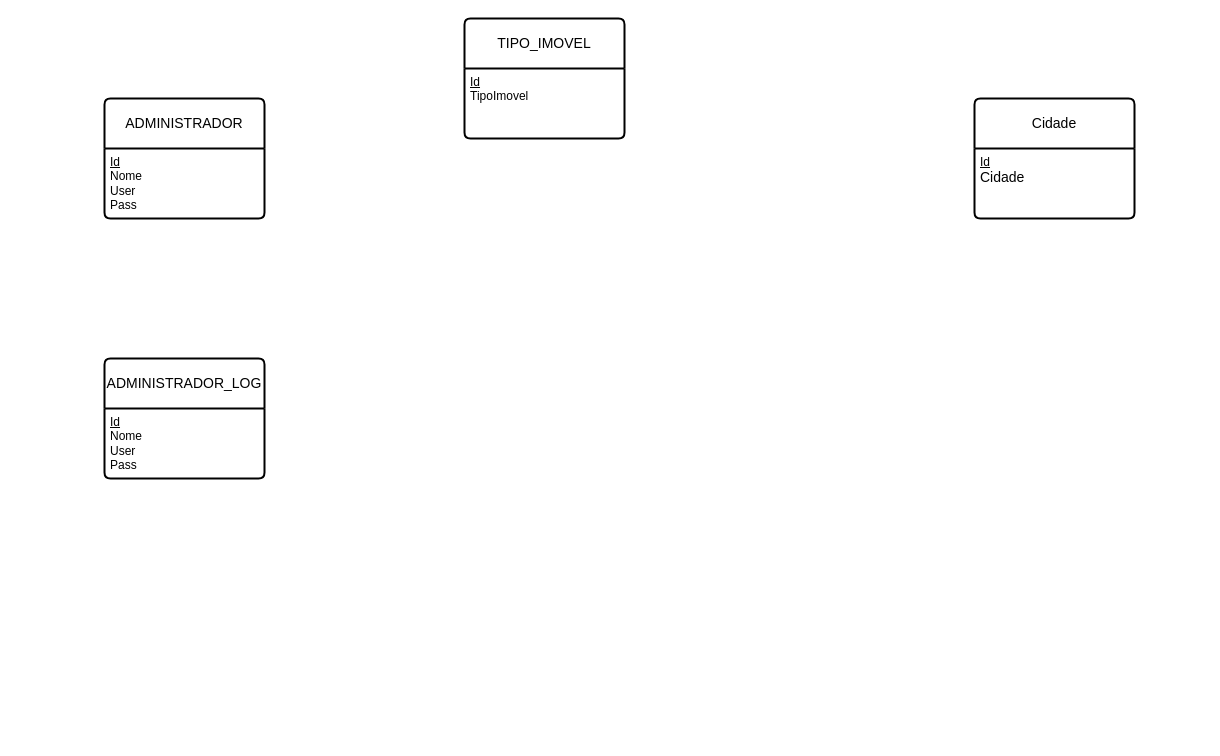
Earlier version of the draw.io diagram 2P-0811-TESTE-2-14685.drawio (RubenA2109/diagramas). Source tidied: cells renumbered, new cells numbered last; positions are measured from the earlier drawing's top-left corner, leaving out a move shared by most shapes. Both pictures are drawn from the tidied source at 100%, with x=0, y=0 at pixel (104, 18).
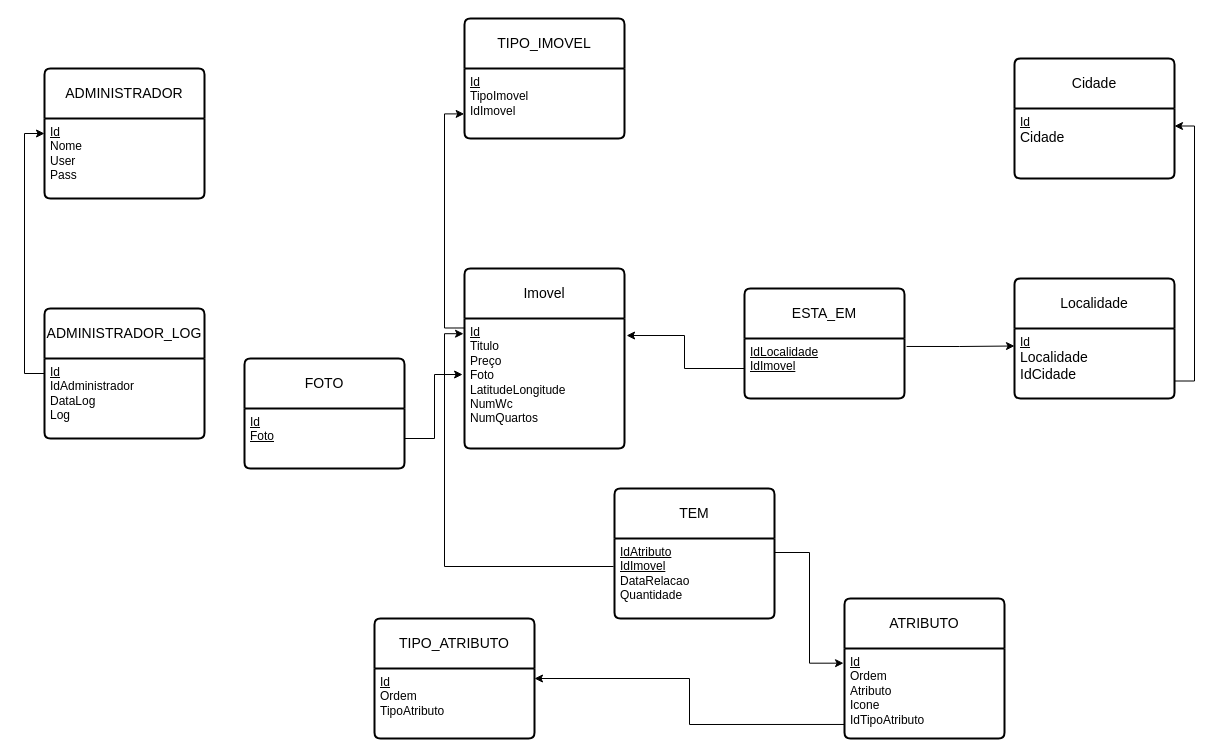
The same page after the edit.

Unchanged cells that the change refers to:
```xml
<mxCell id="4" value="TIPO_IMOVEL" style="swimlane;horizontal=1;startSize=50;rounded=1;fontSize=14;fontStyle=0;strokeWidth=2;shadow=0;dashed=0;align=center;arcSize=4;whiteSpace=wrap;html=1;" parent="1" vertex="1">
  <mxGeometry x="360" width="160" height="120" as="geometry" />
</mxCell>
```

Diff of the diagram source:
```diff
@@
     <mxCell id="2" value="ADMINISTRADOR" style="swimlane;horizontal=1;startSize=50;rounded=1;fontSize=14;fontStyle=0;strokeWidth=2;shadow=0;dashed=0;align=center;arcSize=4;whiteSpace=wrap;html=1;" parent="1" vertex="1">
-      <mxGeometry y="80" width="160" height="120" as="geometry" />
+      <mxGeometry x="-60" y="50" width="160" height="130" as="geometry" />
     </mxCell>
     <mxCell id="3" value="&lt;u&gt;Id&lt;/u&gt;&lt;div&gt;Nome&lt;/div&gt;&lt;div&gt;User&lt;/div&gt;&lt;div&gt;Pass&lt;/div&gt;" style="align=left;strokeColor=none;fillColor=none;spacingLeft=4;spacingRight=4;fontSize=12;verticalAlign=top;html=1;whiteSpace=wrap;" parent="2" vertex="1">
-      <mxGeometry y="50" width="160" height="70" as="geometry" />
+      <mxGeometry y="50" width="160" height="80" as="geometry" />
     </mxCell>
@@
-    <mxCell id="5" value="&lt;u&gt;Id&lt;/u&gt;&lt;div&gt;TipoImovel&lt;/div&gt;" style="align=left;strokeColor=none;fillColor=none;spacingLeft=4;spacingRight=4;fontSize=12;verticalAlign=top;html=1;whiteSpace=wrap;" parent="4" vertex="1">
+    <mxCell id="5" value="&lt;div&gt;&lt;u&gt;Id&lt;/u&gt;&lt;/div&gt;&lt;div&gt;TipoImovel&lt;/div&gt;&lt;div&gt;IdImovel&lt;/div&gt;" style="align=left;strokeColor=none;fillColor=none;spacingLeft=4;spacingRight=4;fontSize=12;verticalAlign=top;html=1;whiteSpace=wrap;" parent="4" vertex="1">
       <mxGeometry y="50" width="160" height="70" as="geometry" />
     </mxCell>
     <mxCell id="6" value="Cidade" style="swimlane;horizontal=1;startSize=50;rounded=1;fontSize=14;fontStyle=0;strokeWidth=2;shadow=0;dashed=0;align=center;arcSize=4;whiteSpace=wrap;html=1;" parent="1" vertex="1">
-      <mxGeometry x="870" y="80" width="160" height="120" as="geometry" />
+      <mxGeometry x="910" y="40" width="160" height="120" as="geometry" />
     </mxCell>
-    <mxCell id="7" value="&lt;u&gt;Id&lt;/u&gt;&lt;div&gt;&lt;span style=&quot;font-size: 14px; text-align: center;&quot;&gt;Cidade&lt;/span&gt;&lt;/div&gt;" style="align=left;strokeColor=none;fillColor=none;spacingLeft=4;spacingRight=4;fontSize=12;verticalAlign=top;html=1;whiteSpace=wrap;" parent="6" vertex="1">
+    <mxCell id="7" value="&lt;u&gt;Id&lt;/u&gt;&lt;div&gt;&lt;span style=&quot;font-size: 14px; text-align: center; background-color: transparent; color: light-dark(rgb(0, 0, 0), rgb(255, 255, 255));&quot;&gt;Cidade&lt;/span&gt;&lt;/div&gt;" style="align=left;strokeColor=none;fillColor=none;spacingLeft=4;spacingRight=4;fontSize=12;verticalAlign=top;html=1;whiteSpace=wrap;" parent="6" vertex="1">
       <mxGeometry y="50" width="160" height="70" as="geometry" />
     </mxCell>
+    <mxCell id="10" style="edgeStyle=orthogonalEdgeStyle;rounded=0;jettySize=auto;html=1;entryX=0;entryY=0.5;entryDx=0;entryDy=0;exitX=0;exitY=0.5;exitDx=0;exitDy=0;" parent="1" edge="1" source="8" target="2">
+      <mxGeometry relative="1" as="geometry" />
+    </mxCell>
     <mxCell id="8" value="ADMINISTRADOR_LOG" style="swimlane;horizontal=1;startSize=50;rounded=1;fontSize=14;fontStyle=0;strokeWidth=2;shadow=0;dashed=0;align=center;arcSize=4;whiteSpace=wrap;html=1;" parent="1" vertex="1">
-      <mxGeometry y="340" width="160" height="120" as="geometry" />
+      <mxGeometry x="-60" y="290" width="160" height="130" as="geometry" />
     </mxCell>
-    <mxCell id="9" value="&lt;u&gt;Id&lt;/u&gt;&lt;div&gt;Nome&lt;/div&gt;&lt;div&gt;User&lt;/div&gt;&lt;div&gt;Pass&lt;/div&gt;" style="align=left;strokeColor=none;fillColor=none;spacingLeft=4;spacingRight=4;fontSize=12;verticalAlign=top;html=1;whiteSpace=wrap;" parent="8" vertex="1">
-      <mxGeometry y="50" width="160" height="70" as="geometry" />
+    <mxCell id="9" value="&lt;u&gt;Id&lt;/u&gt;&lt;div&gt;IdAdministrador&lt;/div&gt;&lt;div&gt;DataLog&lt;/div&gt;&lt;div&gt;Log&lt;/div&gt;" style="align=left;strokeColor=none;fillColor=none;spacingLeft=4;spacingRight=4;fontSize=12;verticalAlign=top;html=1;whiteSpace=wrap;" parent="8" vertex="1">
+      <mxGeometry y="50" width="160" height="80" as="geometry" />
     </mxCell>
+    <mxCell id="11" value="Localidade" style="swimlane;horizontal=1;startSize=50;rounded=1;fontSize=14;fontStyle=0;strokeWidth=2;shadow=0;dashed=0;align=center;arcSize=4;whiteSpace=wrap;html=1;" parent="1" vertex="1">
+      <mxGeometry x="910" y="260" width="160" height="120" as="geometry" />
+    </mxCell>
+    <mxCell id="12" value="&lt;u&gt;Id&lt;/u&gt;&lt;div&gt;&lt;span style=&quot;font-size: 14px; text-align: center;&quot;&gt;Localidade&lt;/span&gt;&lt;/div&gt;&lt;div&gt;&lt;span style=&quot;font-size: 14px; text-align: center;&quot;&gt;IdCidade&lt;/span&gt;&lt;/div&gt;" style="align=left;strokeColor=none;fillColor=none;spacingLeft=4;spacingRight=4;fontSize=12;verticalAlign=top;html=1;whiteSpace=wrap;" parent="11" vertex="1">
+      <mxGeometry y="50" width="160" height="70" as="geometry" />
+    </mxCell>
+    <mxCell id="13" value="TIPO_ATRIBUTO" style="swimlane;horizontal=1;startSize=50;rounded=1;fontSize=14;fontStyle=0;strokeWidth=2;shadow=0;dashed=0;align=center;arcSize=4;whiteSpace=wrap;html=1;" parent="1" vertex="1">
+      <mxGeometry x="270" y="600" width="160" height="120" as="geometry" />
+    </mxCell>
+    <mxCell id="14" value="&lt;div&gt;&lt;span style=&quot;background-color: transparent; color: light-dark(rgb(0, 0, 0), rgb(255, 255, 255));&quot;&gt;&lt;u&gt;Id&lt;/u&gt;&lt;/span&gt;&lt;/div&gt;&lt;div&gt;&lt;span style=&quot;background-color: transparent; color: light-dark(rgb(0, 0, 0), rgb(255, 255, 255));&quot;&gt;Ordem&lt;/span&gt;&lt;/div&gt;&lt;div&gt;TipoAtributo&lt;/div&gt;" style="align=left;strokeColor=none;fillColor=none;spacingLeft=4;spacingRight=4;fontSize=12;verticalAlign=top;html=1;whiteSpace=wrap;" parent="13" vertex="1">
+      <mxGeometry y="50" width="160" height="70" as="geometry" />
+    </mxCell>
+    <mxCell id="15" value="ATRIBUTO" style="swimlane;horizontal=1;startSize=50;rounded=1;fontSize=14;fontStyle=0;strokeWidth=2;shadow=0;dashed=0;align=center;arcSize=4;whiteSpace=wrap;html=1;" parent="1" vertex="1">
+      <mxGeometry x="740" y="580" width="160" height="140" as="geometry" />
+    </mxCell>
+    <mxCell id="16" value="&lt;u&gt;Id&lt;/u&gt;&lt;div&gt;&lt;span style=&quot;background-color: transparent; color: light-dark(rgb(0, 0, 0), rgb(255, 255, 255));&quot;&gt;Ordem&lt;/span&gt;&lt;div&gt;Atributo&lt;/div&gt;&lt;div&gt;Icone&lt;/div&gt;&lt;/div&gt;&lt;div&gt;IdTipoAtributo&lt;/div&gt;" style="align=left;strokeColor=none;fillColor=none;spacingLeft=4;spacingRight=4;fontSize=12;verticalAlign=top;html=1;whiteSpace=wrap;" parent="15" vertex="1">
+      <mxGeometry y="50" width="160" height="90" as="geometry" />
+    </mxCell>
+    <mxCell id="17" value="Imovel" style="swimlane;horizontal=1;startSize=50;rounded=1;fontSize=14;fontStyle=0;strokeWidth=2;shadow=0;dashed=0;align=center;arcSize=4;whiteSpace=wrap;html=1;" parent="1" vertex="1">
+      <mxGeometry x="360" y="250" width="160" height="180" as="geometry" />
+    </mxCell>
+    <mxCell id="18" value="&lt;u&gt;Id&lt;/u&gt;&lt;div&gt;&lt;span style=&quot;background-color: transparent; color: light-dark(rgb(0, 0, 0), rgb(255, 255, 255));&quot;&gt;Titulo&lt;/span&gt;&lt;div&gt;&lt;span style=&quot;background-color: transparent; color: light-dark(rgb(0, 0, 0), rgb(255, 255, 255));&quot;&gt;Preço&lt;/span&gt;&lt;/div&gt;&lt;div&gt;Foto&lt;/div&gt;&lt;div&gt;LatitudeLongitude&lt;/div&gt;&lt;div&gt;NumWc&lt;/div&gt;&lt;div&gt;NumQuartos&lt;/div&gt;&lt;/div&gt;" style="align=left;strokeColor=none;fillColor=none;spacingLeft=4;spacingRight=4;fontSize=12;verticalAlign=top;html=1;whiteSpace=wrap;" parent="17" vertex="1">
+      <mxGeometry y="50" width="160" height="130" as="geometry" />
+    </mxCell>
+    <mxCell id="19" value="TEM" style="swimlane;horizontal=1;startSize=50;rounded=1;fontSize=14;fontStyle=0;strokeWidth=2;shadow=0;dashed=0;align=center;arcSize=4;whiteSpace=wrap;html=1;" parent="1" vertex="1">
+      <mxGeometry x="510" y="470" width="160" height="130" as="geometry" />
+    </mxCell>
+    <mxCell id="20" value="&lt;u&gt;IdAtributo&lt;/u&gt;&lt;div&gt;&lt;u&gt;IdImovel&lt;br&gt;&lt;/u&gt;&lt;div&gt;DataRelacao&lt;div&gt;Quantidade&lt;/div&gt;&lt;div&gt;&lt;br&gt;&lt;/div&gt;&lt;/div&gt;&lt;/div&gt;" style="align=left;strokeColor=none;fillColor=none;spacingLeft=4;spacingRight=4;fontSize=12;verticalAlign=top;html=1;whiteSpace=wrap;" parent="19" vertex="1">
+      <mxGeometry y="50" width="160" height="80" as="geometry" />
+    </mxCell>
+    <mxCell id="21" style="edgeStyle=orthogonalEdgeStyle;rounded=0;jettySize=auto;html=1;entryX=-0.006;entryY=0.163;entryDx=0;entryDy=0;entryPerimeter=0;exitX=1;exitY=0.175;exitDx=0;exitDy=0;exitPerimeter=0;" parent="1" edge="1" source="20" target="16">
+      <mxGeometry relative="1" as="geometry" />
+    </mxCell>
+    <mxCell id="22" style="edgeStyle=orthogonalEdgeStyle;rounded=0;jettySize=auto;html=1;entryX=-0.006;entryY=0.117;entryDx=0;entryDy=0;entryPerimeter=0;exitX=-0.006;exitY=0.35;exitDx=0;exitDy=0;exitPerimeter=0;" parent="1" edge="1" source="20" target="18">
+      <mxGeometry relative="1" as="geometry" />
+    </mxCell>
+    <mxCell id="23" style="edgeStyle=orthogonalEdgeStyle;rounded=0;jettySize=auto;html=1;entryX=-0.002;entryY=0.649;entryDx=0;entryDy=0;exitX=-0.002;exitY=0.073;exitDx=0;exitDy=0;exitPerimeter=0;entryPerimeter=0;" parent="1" edge="1" source="18" target="5">
+      <mxGeometry relative="1" as="geometry" />
+    </mxCell>
+    <mxCell id="24" value="ESTA_EM" style="swimlane;horizontal=1;startSize=50;rounded=1;fontSize=14;fontStyle=0;strokeWidth=2;shadow=0;dashed=0;align=center;arcSize=4;whiteSpace=wrap;html=1;" parent="1" vertex="1">
+      <mxGeometry x="640" y="270" width="160" height="110" as="geometry" />
+    </mxCell>
+    <mxCell id="25" value="&lt;div&gt;&lt;u&gt;IdLocalidade&lt;/u&gt;&lt;/div&gt;&lt;div&gt;&lt;u&gt;IdImovel&lt;/u&gt;&lt;/div&gt;" style="align=left;strokeColor=none;fillColor=none;spacingLeft=4;spacingRight=4;fontSize=12;verticalAlign=top;html=1;whiteSpace=wrap;" parent="24" vertex="1">
+      <mxGeometry y="50" width="160" height="60" as="geometry" />
+    </mxCell>
+    <mxCell id="26" style="edgeStyle=orthogonalEdgeStyle;rounded=0;jettySize=auto;html=1;entryX=0;entryY=0.25;entryDx=0;entryDy=0;exitX=1.013;exitY=0.133;exitDx=0;exitDy=0;exitPerimeter=0;" parent="1" edge="1" source="25" target="12">
+      <mxGeometry relative="1" as="geometry" />
+    </mxCell>
+    <mxCell id="27" style="edgeStyle=orthogonalEdgeStyle;rounded=0;jettySize=auto;html=1;entryX=1.013;entryY=0.131;entryDx=0;entryDy=0;entryPerimeter=0;" parent="1" edge="1" source="25" target="18">
+      <mxGeometry relative="1" as="geometry" />
+    </mxCell>
+    <mxCell id="28" value="FOTO" style="swimlane;horizontal=1;startSize=50;rounded=1;fontSize=14;fontStyle=0;strokeWidth=2;shadow=0;dashed=0;align=center;arcSize=4;whiteSpace=wrap;html=1;" parent="1" vertex="1">
+      <mxGeometry x="140" y="340" width="160" height="110" as="geometry" />
+    </mxCell>
+    <mxCell id="29" value="&lt;div&gt;&lt;u&gt;Id&lt;/u&gt;&lt;/div&gt;&lt;div&gt;&lt;u&gt;Foto&lt;/u&gt;&lt;/div&gt;" style="align=left;strokeColor=none;fillColor=none;spacingLeft=4;spacingRight=4;fontSize=12;verticalAlign=top;html=1;whiteSpace=wrap;" parent="28" vertex="1">
+      <mxGeometry y="50" width="160" height="60" as="geometry" />
+    </mxCell>
+    <mxCell id="30" style="edgeStyle=orthogonalEdgeStyle;rounded=0;jettySize=auto;html=1;entryX=-0.012;entryY=0.431;entryDx=0;entryDy=0;entryPerimeter=0;" parent="1" edge="1" source="29" target="18">
+      <mxGeometry relative="1" as="geometry" />
+    </mxCell>
+    <mxCell id="31" style="edgeStyle=orthogonalEdgeStyle;rounded=0;jettySize=auto;html=1;entryX=1;entryY=0.143;entryDx=0;entryDy=0;exitX=-0.002;exitY=0.844;exitDx=0;exitDy=0;exitPerimeter=0;entryPerimeter=0;" parent="1" edge="1" source="16" target="14">
+      <mxGeometry relative="1" as="geometry" />
+    </mxCell>
+    <mxCell id="32" style="edgeStyle=orthogonalEdgeStyle;rounded=0;jettySize=auto;html=1;entryX=1;entryY=0.25;entryDx=0;entryDy=0;exitX=1;exitY=0.75;exitDx=0;exitDy=0;" parent="1" edge="1" source="12" target="7">
+      <mxGeometry relative="1" as="geometry" />
+    </mxCell>
```
